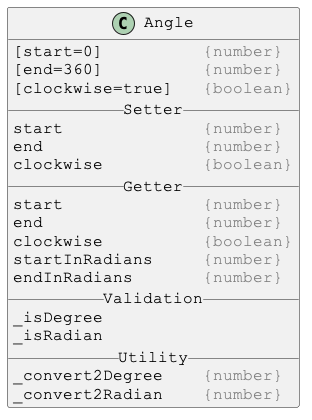
Above: docs/PlantUml/images/Angle.png in Justin-Byrne/canvasLab (PlantUML), before the change.
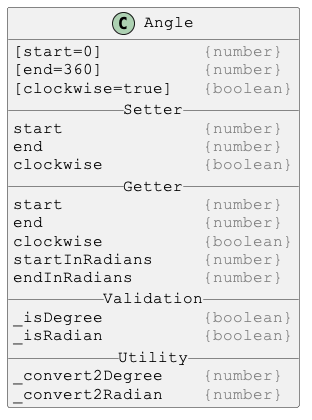
After the commit.

The edit, as a diff of the source:
```diff
@@ -18,8 +18,8 @@
 startInRadians     <color:gray>{number}</color>
 endInRadians       <color:gray>{number}</color>
 __ Validation __
-_isDegree
-_isRadian
+_isDegree          <color:gray>{boolean}</color>
+_isRadian          <color:gray>{boolean}</color>
 __ Utility __
 _convert2Degree    <color:gray>{number}</color>
 _convert2Radian    <color:gray>{number}</color>
```
